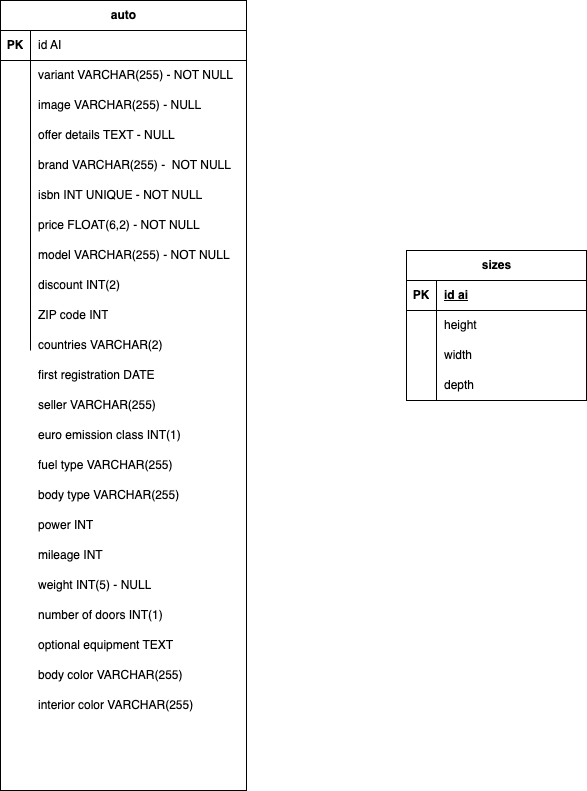
Above: auto_db.drawio.png in Hycarus/db-first (draw.io), before the change. Source tidied: cells renumbered, new cells last; positions are measured from the earlier drawing's top-left corner, leaving out a move shared by most shapes. The source it was exported from:
```xml
<mxGraphModel>
  <root>
    <mxCell id="0" />
    <mxCell id="1" parent="0" />
    <mxCell id="2" value="auto" style="shape=table;startSize=30;rowLines=0;fontStyle=1;align=center;html=1;" parent="1" vertex="1">
      <mxGeometry width="246" height="790" as="geometry" />
    </mxCell>
    <mxCell id="3" style="shape=tableRow;horizontal=0;startSize=0;swimlaneHead=0;swimlaneBody=0;fillColor=none;top=0;left=0;right=0;bottom=1;" parent="2" vertex="1">
      <mxGeometry y="30" width="246" height="30" as="geometry" />
    </mxCell>
    <mxCell id="4" value="PK" style="shape=partialRectangle;fillColor=none;top=0;left=0;bottom=0;right=0;fontStyle=1;overflow=hidden;whiteSpace=wrap;html=1;" parent="3" vertex="1">
      <mxGeometry width="30" height="30" as="geometry" />
    </mxCell>
    <mxCell id="5" value="id AI" style="shape=partialRectangle;fillColor=none;top=0;left=0;bottom=0;right=0;align=left;spacingLeft=6;fontStyle=0;overflow=hidden;whiteSpace=wrap;html=1;" parent="3" vertex="1">
      <mxGeometry x="30" width="216" height="30" as="geometry" />
    </mxCell>
    <mxCell id="6" style="shape=tableRow;horizontal=0;startSize=0;swimlaneHead=0;swimlaneBody=0;fillColor=none;top=0;left=0;right=0;bottom=0;" parent="2" vertex="1">
      <mxGeometry y="60" width="246" height="30" as="geometry" />
    </mxCell>
    <mxCell id="7" style="shape=partialRectangle;fillColor=none;top=0;left=0;bottom=0;right=0;overflow=hidden;whiteSpace=wrap;html=1;" parent="6" vertex="1">
      <mxGeometry width="30" height="30" as="geometry" />
    </mxCell>
    <mxCell id="8" value="variant VARCHAR(255) - NOT NULL" style="shape=partialRectangle;fillColor=none;top=0;left=0;bottom=0;right=0;align=left;spacingLeft=6;overflow=hidden;whiteSpace=wrap;html=1;" parent="6" vertex="1">
      <mxGeometry x="30" width="216" height="30" as="geometry" />
    </mxCell>
    <mxCell id="9" style="shape=tableRow;horizontal=0;startSize=0;swimlaneHead=0;swimlaneBody=0;fillColor=none;top=0;left=0;right=0;bottom=0;" parent="2" vertex="1">
      <mxGeometry y="90" width="246" height="30" as="geometry" />
    </mxCell>
    <mxCell id="10" style="shape=partialRectangle;fillColor=none;top=0;left=0;bottom=0;right=0;overflow=hidden;whiteSpace=wrap;html=1;" parent="9" vertex="1">
      <mxGeometry width="30" height="30" as="geometry" />
    </mxCell>
    <mxCell id="11" value="image VARCHAR(255) - NULL" style="shape=partialRectangle;fillColor=none;top=0;left=0;bottom=0;right=0;align=left;spacingLeft=6;overflow=hidden;whiteSpace=wrap;html=1;" parent="9" vertex="1">
      <mxGeometry x="30" width="216" height="30" as="geometry" />
    </mxCell>
    <mxCell id="12" style="shape=tableRow;horizontal=0;startSize=0;swimlaneHead=0;swimlaneBody=0;fillColor=none;top=0;left=0;right=0;bottom=0;" parent="2" vertex="1">
      <mxGeometry y="120" width="246" height="30" as="geometry" />
    </mxCell>
    <mxCell id="13" style="shape=partialRectangle;fillColor=none;top=0;left=0;bottom=0;right=0;overflow=hidden;whiteSpace=wrap;html=1;" parent="12" vertex="1">
      <mxGeometry width="30" height="30" as="geometry" />
    </mxCell>
    <mxCell id="14" value="offer details TEXT - NULL" style="shape=partialRectangle;fillColor=none;top=0;left=0;bottom=0;right=0;align=left;spacingLeft=6;overflow=hidden;whiteSpace=wrap;html=1;" parent="12" vertex="1">
      <mxGeometry x="30" width="216" height="30" as="geometry" />
    </mxCell>
    <mxCell id="15" style="shape=tableRow;horizontal=0;startSize=0;swimlaneHead=0;swimlaneBody=0;fillColor=none;top=0;left=0;right=0;bottom=0;" parent="2" vertex="1">
      <mxGeometry y="150" width="246" height="30" as="geometry" />
    </mxCell>
    <mxCell id="16" style="shape=partialRectangle;fillColor=none;top=0;left=0;bottom=0;right=0;overflow=hidden;whiteSpace=wrap;html=1;" parent="15" vertex="1">
      <mxGeometry width="30" height="30" as="geometry" />
    </mxCell>
    <mxCell id="17" value="brand VARCHAR(255) -&amp;nbsp; NOT NULL" style="shape=partialRectangle;fillColor=none;top=0;left=0;bottom=0;right=0;align=left;spacingLeft=6;overflow=hidden;whiteSpace=wrap;html=1;" parent="15" vertex="1">
      <mxGeometry x="30" width="216" height="30" as="geometry" />
    </mxCell>
    <mxCell id="18" style="shape=tableRow;horizontal=0;startSize=0;swimlaneHead=0;swimlaneBody=0;fillColor=none;top=0;left=0;right=0;bottom=0;" parent="2" vertex="1">
      <mxGeometry y="180" width="246" height="30" as="geometry" />
    </mxCell>
    <mxCell id="19" style="shape=partialRectangle;fillColor=none;top=0;left=0;bottom=0;right=0;overflow=hidden;whiteSpace=wrap;html=1;" parent="18" vertex="1">
      <mxGeometry width="30" height="30" as="geometry" />
    </mxCell>
    <mxCell id="20" value="isbn INT UNIQUE - NOT NULL" style="shape=partialRectangle;fillColor=none;top=0;left=0;bottom=0;right=0;align=left;spacingLeft=6;overflow=hidden;whiteSpace=wrap;html=1;" parent="18" vertex="1">
      <mxGeometry x="30" width="216" height="30" as="geometry" />
    </mxCell>
    <mxCell id="21" style="shape=tableRow;horizontal=0;startSize=0;swimlaneHead=0;swimlaneBody=0;fillColor=none;top=0;left=0;right=0;bottom=0;" parent="2" vertex="1">
      <mxGeometry y="210" width="246" height="30" as="geometry" />
    </mxCell>
    <mxCell id="22" style="shape=partialRectangle;fillColor=none;top=0;left=0;bottom=0;right=0;overflow=hidden;whiteSpace=wrap;html=1;" parent="21" vertex="1">
      <mxGeometry width="30" height="30" as="geometry" />
    </mxCell>
    <mxCell id="23" value="price FLOAT(6,2) - NOT NULL" style="shape=partialRectangle;fillColor=none;top=0;left=0;bottom=0;right=0;align=left;spacingLeft=6;overflow=hidden;whiteSpace=wrap;html=1;" parent="21" vertex="1">
      <mxGeometry x="30" width="216" height="30" as="geometry" />
    </mxCell>
    <mxCell id="24" style="shape=tableRow;horizontal=0;startSize=0;swimlaneHead=0;swimlaneBody=0;fillColor=none;top=0;left=0;right=0;bottom=0;" parent="2" vertex="1">
      <mxGeometry y="240" width="246" height="30" as="geometry" />
    </mxCell>
    <mxCell id="25" style="shape=partialRectangle;fillColor=none;top=0;left=0;bottom=0;right=0;overflow=hidden;whiteSpace=wrap;html=1;" parent="24" vertex="1">
      <mxGeometry width="30" height="30" as="geometry" />
    </mxCell>
    <mxCell id="26" value="model VARCHAR(255) - NOT NULL" style="shape=partialRectangle;fillColor=none;top=0;left=0;bottom=0;right=0;align=left;spacingLeft=6;overflow=hidden;whiteSpace=wrap;html=1;" parent="24" vertex="1">
      <mxGeometry x="30" width="216" height="30" as="geometry" />
    </mxCell>
    <mxCell id="27" style="shape=tableRow;horizontal=0;startSize=0;swimlaneHead=0;swimlaneBody=0;fillColor=none;top=0;left=0;right=0;bottom=0;" parent="2" vertex="1">
      <mxGeometry y="270" width="246" height="30" as="geometry" />
    </mxCell>
    <mxCell id="28" style="shape=partialRectangle;fillColor=none;top=0;left=0;bottom=0;right=0;overflow=hidden;whiteSpace=wrap;html=1;" parent="27" vertex="1">
      <mxGeometry width="30" height="30" as="geometry" />
    </mxCell>
    <mxCell id="29" style="shape=partialRectangle;fillColor=none;top=0;left=0;bottom=0;right=0;align=left;spacingLeft=6;overflow=hidden;whiteSpace=wrap;html=1;" parent="27" vertex="1">
      <mxGeometry x="30" width="216" height="30" as="geometry" />
    </mxCell>
    <mxCell id="30" style="shape=tableRow;horizontal=0;startSize=0;swimlaneHead=0;swimlaneBody=0;fillColor=none;top=0;left=0;right=0;bottom=0;" parent="2" vertex="1">
      <mxGeometry y="300" width="246" height="20" as="geometry" />
    </mxCell>
    <mxCell id="31" style="shape=partialRectangle;fillColor=none;top=0;left=0;bottom=0;right=0;overflow=hidden;whiteSpace=wrap;html=1;" parent="30" vertex="1">
      <mxGeometry width="30" height="20" as="geometry" />
    </mxCell>
    <mxCell id="32" style="shape=partialRectangle;fillColor=none;top=0;left=0;bottom=0;right=0;align=left;spacingLeft=6;overflow=hidden;whiteSpace=wrap;html=1;" parent="30" vertex="1">
      <mxGeometry x="30" width="216" height="20" as="geometry" />
    </mxCell>
    <mxCell id="33" style="shape=tableRow;horizontal=0;startSize=0;swimlaneHead=0;swimlaneBody=0;fillColor=none;top=0;left=0;right=0;bottom=0;" parent="2" vertex="1">
      <mxGeometry y="320" width="246" height="30" as="geometry" />
    </mxCell>
    <mxCell id="34" style="shape=partialRectangle;fillColor=none;top=0;left=0;bottom=0;right=0;overflow=hidden;whiteSpace=wrap;html=1;" parent="33" vertex="1">
      <mxGeometry width="30" height="30" as="geometry" />
    </mxCell>
    <mxCell id="35" style="shape=partialRectangle;fillColor=none;top=0;left=0;bottom=0;right=0;align=left;spacingLeft=6;overflow=hidden;whiteSpace=wrap;html=1;" parent="33" vertex="1">
      <mxGeometry x="30" width="216" height="30" as="geometry" />
    </mxCell>
    <mxCell id="36" value="countries VARCHAR(2)" style="shape=partialRectangle;fillColor=none;top=0;left=0;bottom=0;right=0;align=left;spacingLeft=6;overflow=hidden;whiteSpace=wrap;html=1;" parent="1" vertex="1">
      <mxGeometry x="30" y="330" width="196" height="30" as="geometry" />
    </mxCell>
    <mxCell id="37" value="ZIP code INT" style="shape=partialRectangle;fillColor=none;top=0;left=0;bottom=0;right=0;align=left;spacingLeft=6;overflow=hidden;whiteSpace=wrap;html=1;" parent="1" vertex="1">
      <mxGeometry x="30" y="300" width="196" height="30" as="geometry" />
    </mxCell>
    <mxCell id="38" value="first registration DATE" style="shape=partialRectangle;fillColor=none;top=0;left=0;bottom=0;right=0;align=left;spacingLeft=6;overflow=hidden;whiteSpace=wrap;html=1;" parent="1" vertex="1">
      <mxGeometry x="30" y="360" width="196" height="30" as="geometry" />
    </mxCell>
    <mxCell id="39" value="fuel type VARCHAR(255)" style="shape=partialRectangle;fillColor=none;top=0;left=0;bottom=0;right=0;align=left;spacingLeft=6;overflow=hidden;whiteSpace=wrap;html=1;" parent="1" vertex="1">
      <mxGeometry x="30" y="450" width="196" height="30" as="geometry" />
    </mxCell>
    <mxCell id="40" value="body type VARCHAR(255)" style="shape=partialRectangle;fillColor=none;top=0;left=0;bottom=0;right=0;align=left;spacingLeft=6;overflow=hidden;whiteSpace=wrap;html=1;" parent="1" vertex="1">
      <mxGeometry x="30" y="480" width="196" height="30" as="geometry" />
    </mxCell>
    <mxCell id="41" value="sizes" style="shape=table;startSize=30;rowLines=0;fontStyle=1;align=center;html=1;" parent="1" vertex="1">
      <mxGeometry x="406" y="250" width="180" height="150" as="geometry" />
    </mxCell>
    <mxCell id="42" style="shape=tableRow;horizontal=0;startSize=0;swimlaneHead=0;swimlaneBody=0;fillColor=none;top=0;left=0;right=0;bottom=1;" parent="41" vertex="1">
      <mxGeometry y="30" width="180" height="30" as="geometry" />
    </mxCell>
    <mxCell id="43" value="PK" style="shape=partialRectangle;fillColor=none;top=0;left=0;bottom=0;right=0;fontStyle=1;overflow=hidden;whiteSpace=wrap;html=1;" parent="42" vertex="1">
      <mxGeometry width="30" height="30" as="geometry" />
    </mxCell>
    <mxCell id="44" value="id ai" style="shape=partialRectangle;fillColor=none;top=0;left=0;bottom=0;right=0;align=left;spacingLeft=6;fontStyle=5;overflow=hidden;whiteSpace=wrap;html=1;" parent="42" vertex="1">
      <mxGeometry x="30" width="150" height="30" as="geometry" />
    </mxCell>
    <mxCell id="45" style="shape=tableRow;horizontal=0;startSize=0;swimlaneHead=0;swimlaneBody=0;fillColor=none;top=0;left=0;right=0;bottom=0;" parent="41" vertex="1">
      <mxGeometry y="60" width="180" height="30" as="geometry" />
    </mxCell>
    <mxCell id="46" style="shape=partialRectangle;fillColor=none;top=0;left=0;bottom=0;right=0;overflow=hidden;whiteSpace=wrap;html=1;" parent="45" vertex="1">
      <mxGeometry width="30" height="30" as="geometry" />
    </mxCell>
    <mxCell id="47" value="height" style="shape=partialRectangle;fillColor=none;top=0;left=0;bottom=0;right=0;align=left;spacingLeft=6;overflow=hidden;whiteSpace=wrap;html=1;" parent="45" vertex="1">
      <mxGeometry x="30" width="150" height="30" as="geometry" />
    </mxCell>
    <mxCell id="48" style="shape=tableRow;horizontal=0;startSize=0;swimlaneHead=0;swimlaneBody=0;fillColor=none;top=0;left=0;right=0;bottom=0;" parent="41" vertex="1">
      <mxGeometry y="90" width="180" height="30" as="geometry" />
    </mxCell>
    <mxCell id="49" style="shape=partialRectangle;fillColor=none;top=0;left=0;bottom=0;right=0;overflow=hidden;whiteSpace=wrap;html=1;" parent="48" vertex="1">
      <mxGeometry width="30" height="30" as="geometry" />
    </mxCell>
    <mxCell id="50" value="width" style="shape=partialRectangle;fillColor=none;top=0;left=0;bottom=0;right=0;align=left;spacingLeft=6;overflow=hidden;whiteSpace=wrap;html=1;" parent="48" vertex="1">
      <mxGeometry x="30" width="150" height="30" as="geometry" />
    </mxCell>
    <mxCell id="51" style="shape=tableRow;horizontal=0;startSize=0;swimlaneHead=0;swimlaneBody=0;fillColor=none;top=0;left=0;right=0;bottom=0;" parent="41" vertex="1">
      <mxGeometry y="120" width="180" height="30" as="geometry" />
    </mxCell>
    <mxCell id="52" style="shape=partialRectangle;fillColor=none;top=0;left=0;bottom=0;right=0;overflow=hidden;whiteSpace=wrap;html=1;" parent="51" vertex="1">
      <mxGeometry width="30" height="30" as="geometry" />
    </mxCell>
    <mxCell id="53" value="depth" style="shape=partialRectangle;fillColor=none;top=0;left=0;bottom=0;right=0;align=left;spacingLeft=6;overflow=hidden;whiteSpace=wrap;html=1;" parent="51" vertex="1">
      <mxGeometry x="30" width="150" height="30" as="geometry" />
    </mxCell>
    <mxCell id="54" value="power INT" style="shape=partialRectangle;fillColor=none;top=0;left=0;bottom=0;right=0;align=left;spacingLeft=6;overflow=hidden;whiteSpace=wrap;html=1;" parent="1" vertex="1">
      <mxGeometry x="30" y="510" width="196" height="30" as="geometry" />
    </mxCell>
    <mxCell id="55" value="mileage INT" style="shape=partialRectangle;fillColor=none;top=0;left=0;bottom=0;right=0;align=left;spacingLeft=6;overflow=hidden;whiteSpace=wrap;html=1;" parent="1" vertex="1">
      <mxGeometry x="30" y="540" width="196" height="30" as="geometry" />
    </mxCell>
    <mxCell id="56" value="weight INT(5) - NULL" style="shape=partialRectangle;fillColor=none;top=0;left=0;bottom=0;right=0;align=left;spacingLeft=6;overflow=hidden;whiteSpace=wrap;html=1;" parent="1" vertex="1">
      <mxGeometry x="30" y="570" width="196" height="30" as="geometry" />
    </mxCell>
    <mxCell id="57" value="number of doors INT(1)" style="shape=partialRectangle;fillColor=none;top=0;left=0;bottom=0;right=0;align=left;spacingLeft=6;overflow=hidden;whiteSpace=wrap;html=1;" parent="1" vertex="1">
      <mxGeometry x="30" y="600" width="196" height="30" as="geometry" />
    </mxCell>
    <mxCell id="58" value="discount INT(2)" style="shape=partialRectangle;fillColor=none;top=0;left=0;bottom=0;right=0;align=left;spacingLeft=6;overflow=hidden;whiteSpace=wrap;html=1;" parent="1" vertex="1">
      <mxGeometry x="30" y="270" width="196" height="30" as="geometry" />
    </mxCell>
    <mxCell id="59" value="seller VARCHAR(255)" style="shape=partialRectangle;fillColor=none;top=0;left=0;bottom=0;right=0;align=left;spacingLeft=6;overflow=hidden;whiteSpace=wrap;html=1;" parent="1" vertex="1">
      <mxGeometry x="30" y="390" width="196" height="30" as="geometry" />
    </mxCell>
    <mxCell id="60" value="optional equipment TEXT" style="shape=partialRectangle;fillColor=none;top=0;left=0;bottom=0;right=0;align=left;spacingLeft=6;overflow=hidden;whiteSpace=wrap;html=1;" parent="1" vertex="1">
      <mxGeometry x="30" y="630" width="196" height="30" as="geometry" />
    </mxCell>
    <mxCell id="61" value="body color VARCHAR(255)" style="shape=partialRectangle;fillColor=none;top=0;left=0;bottom=0;right=0;align=left;spacingLeft=6;overflow=hidden;whiteSpace=wrap;html=1;" parent="1" vertex="1">
      <mxGeometry x="30" y="660" width="196" height="30" as="geometry" />
    </mxCell>
    <mxCell id="62" value="interior color VARCHAR(255)" style="shape=partialRectangle;fillColor=none;top=0;left=0;bottom=0;right=0;align=left;spacingLeft=6;overflow=hidden;whiteSpace=wrap;html=1;" parent="1" vertex="1">
      <mxGeometry x="30" y="690" width="196" height="30" as="geometry" />
    </mxCell>
    <mxCell id="63" value="euro emission class INT(1)" style="shape=partialRectangle;fillColor=none;top=0;left=0;bottom=0;right=0;align=left;spacingLeft=6;overflow=hidden;whiteSpace=wrap;html=1;" parent="1" vertex="1">
      <mxGeometry x="30" y="420" width="196" height="30" as="geometry" />
    </mxCell>
  </root>
</mxGraphModel>
```
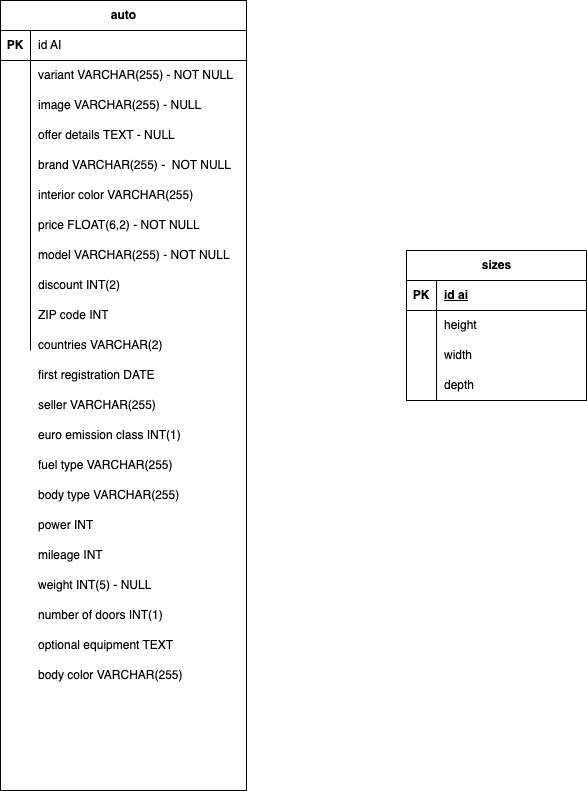
The same diagram one commit later.

What changed in the source:
```diff
@@ -56,7 +56,7 @@
     <mxCell id="19" style="shape=partialRectangle;fillColor=none;top=0;left=0;bottom=0;right=0;overflow=hidden;whiteSpace=wrap;html=1;" parent="18" vertex="1">
       <mxGeometry width="30" height="30" as="geometry" />
     </mxCell>
-    <mxCell id="20" value="isbn INT UNIQUE - NOT NULL" style="shape=partialRectangle;fillColor=none;top=0;left=0;bottom=0;right=0;align=left;spacingLeft=6;overflow=hidden;whiteSpace=wrap;html=1;" parent="18" vertex="1">
+    <mxCell id="20" style="shape=partialRectangle;fillColor=none;top=0;left=0;bottom=0;right=0;align=left;spacingLeft=6;overflow=hidden;whiteSpace=wrap;html=1;" parent="18" vertex="1">
       <mxGeometry x="30" width="216" height="30" as="geometry" />
     </mxCell>
     <mxCell id="21" style="shape=tableRow;horizontal=0;startSize=0;swimlaneHead=0;swimlaneBody=0;fillColor=none;top=0;left=0;right=0;bottom=0;" parent="2" vertex="1">
@@ -183,7 +183,7 @@
       <mxGeometry x="30" y="660" width="196" height="30" as="geometry" />
     </mxCell>
     <mxCell id="62" value="interior color VARCHAR(255)" style="shape=partialRectangle;fillColor=none;top=0;left=0;bottom=0;right=0;align=left;spacingLeft=6;overflow=hidden;whiteSpace=wrap;html=1;" parent="1" vertex="1">
-      <mxGeometry x="30" y="690" width="196" height="30" as="geometry" />
+      <mxGeometry x="30" y="180" width="196" height="30" as="geometry" />
     </mxCell>
     <mxCell id="63" value="euro emission class INT(1)" style="shape=partialRectangle;fillColor=none;top=0;left=0;bottom=0;right=0;align=left;spacingLeft=6;overflow=hidden;whiteSpace=wrap;html=1;" parent="1" vertex="1">
       <mxGeometry x="30" y="420" width="196" height="30" as="geometry" />
```
